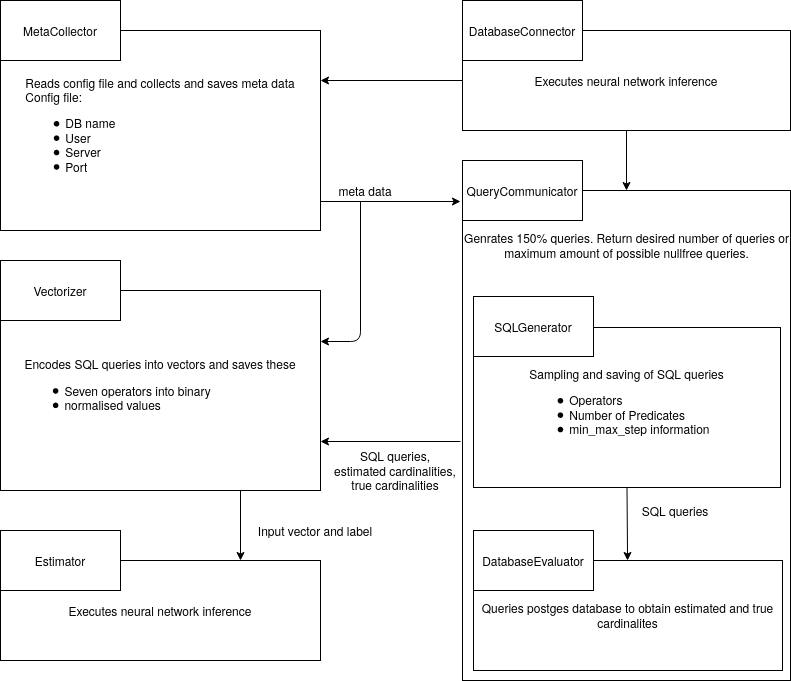
Earlier version of the draw.io export diagrams/module_overview.png (lucaswo/local-cardinality-estimation). Source tidied: cells renumbered, new cells last; positions are measured from the earlier drawing's top-left corner, leaving out a move shared by most shapes.
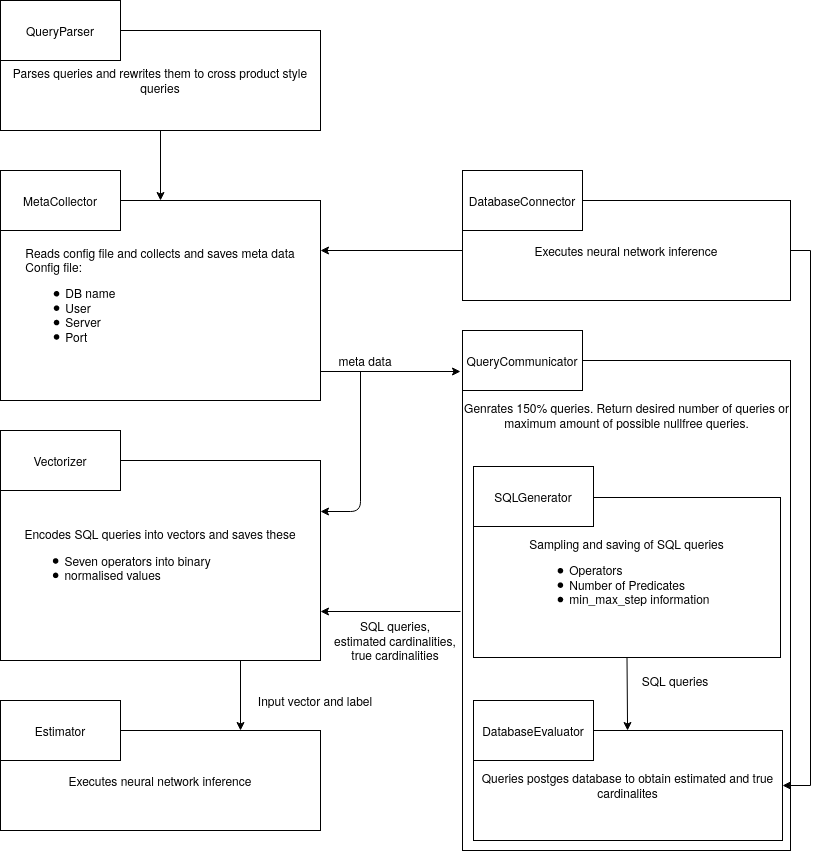
The same diagram one commit later.

Commit message:
Updated module overview diagram, again and again

What changed in the source:
```diff
@@ -93,7 +93,7 @@
     <mxCell id="24" style="edgeStyle=orthogonalEdgeStyle;rounded=0;jumpSize=0;jettySize=auto;html=1;exitX=0;exitY=0.5;exitDx=0;exitDy=0;entryX=1;entryY=0.25;entryDx=0;entryDy=0;" parent="1" edge="1" source="26" target="3">
       <mxGeometry relative="1" as="geometry" />
     </mxCell>
-    <mxCell id="25" style="edgeStyle=orthogonalEdgeStyle;rounded=0;jumpSize=0;jettySize=auto;html=1;exitX=0.5;exitY=1;exitDx=0;exitDy=0;entryX=0.5;entryY=0;entryDx=0;entryDy=0;" parent="1" edge="1" source="26" target="2">
+    <mxCell id="25" style="edgeStyle=orthogonalEdgeStyle;rounded=0;jumpSize=0;jettySize=auto;html=1;exitX=1;exitY=0.5;exitDx=0;exitDy=0;entryX=1;entryY=0.5;entryDx=0;entryDy=0;" parent="1" edge="1" source="26" target="11">
       <mxGeometry relative="1" as="geometry" />
     </mxCell>
     <mxCell id="26" value="&lt;div style=&quot;text-align: left&quot;&gt;Executes neural network inference&lt;/div&gt;" style="rounded=0;whiteSpace=wrap;html=1;" parent="1" vertex="1">
@@ -102,5 +102,14 @@
     <mxCell id="27" value="DatabaseConnector" style="rounded=0;whiteSpace=wrap;html=1;" parent="1" vertex="1">
       <mxGeometry x="462" width="120" height="60" as="geometry" />
     </mxCell>
+    <mxCell id="28" value="Parses queries and rewrites them to cross product style queries" style="rounded=0;whiteSpace=wrap;html=1;" parent="1" vertex="1">
+      <mxGeometry y="-140" width="320" height="100" as="geometry" />
+    </mxCell>
+    <mxCell id="29" value="QueryParser" style="rounded=0;whiteSpace=wrap;html=1;" parent="1" vertex="1">
+      <mxGeometry y="-170" width="120" height="60" as="geometry" />
+    </mxCell>
+    <mxCell id="30" style="endArrow=classic;html=1;exitX=0.5;exitY=1;exitDx=0;exitDy=0;entryX=0.5;entryY=0;entryDx=0;entryDy=0;" parent="1" edge="1" source="28" target="3">
+      <mxGeometry relative="1" as="geometry" />
+    </mxCell>
   </root>
 </mxGraphModel>
```
